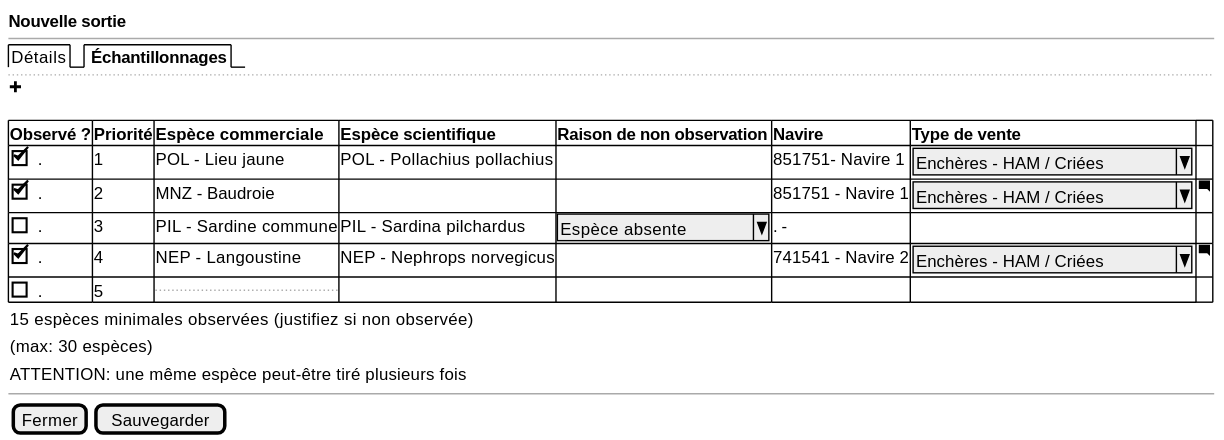
Above: projects/obsvente/spe/images/landings-table.svg in sumaris-net/sumaris-doc (PlantUML), before the change.
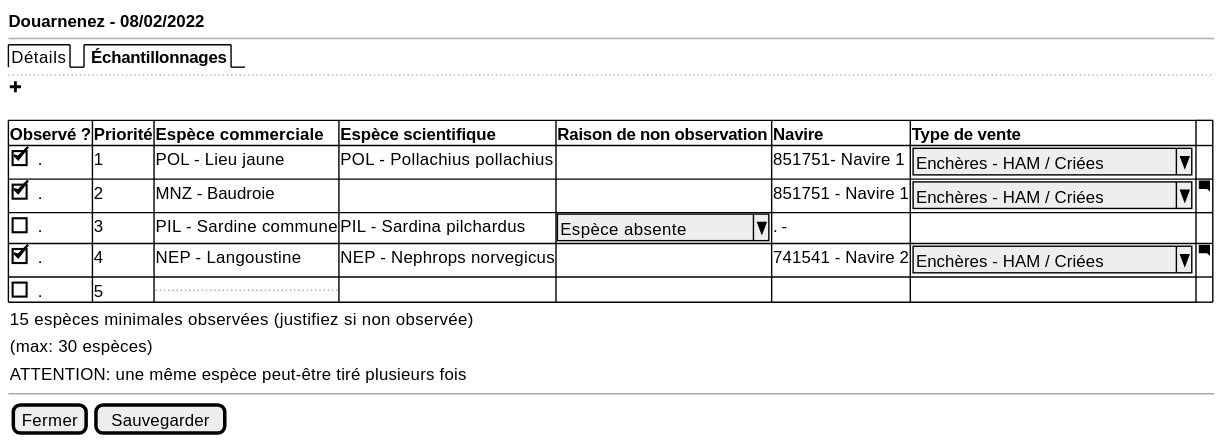
Later version of the same file.

Change to the diagram source:
```diff
@@ -1,6 +1,6 @@
 @startsalt
 {
-  <b>Nouvelle sortie
+  <b>Douarnenez - 08/02/2022
   --
   {/  Détails | <b> Échantillonnages }
   ..
```
